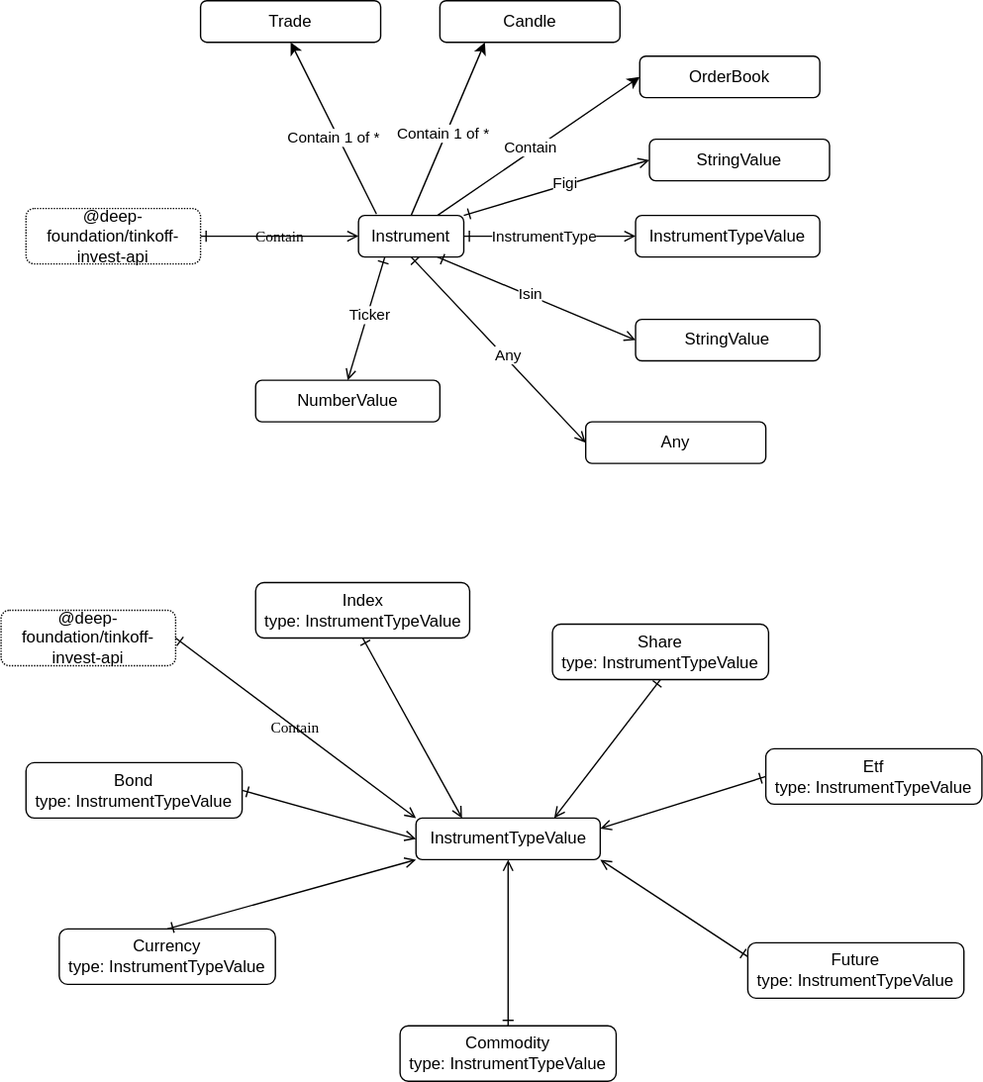
suenot/deep-tinkoff-invest-api keeps this draw.io diagram as src/instrument/Instrument.drawio.svg. Above is the earlier version. Source tidied: cells renumbered, new cells last; positions are measured from the earlier drawing's top-left corner, leaving out a move shared by most shapes.
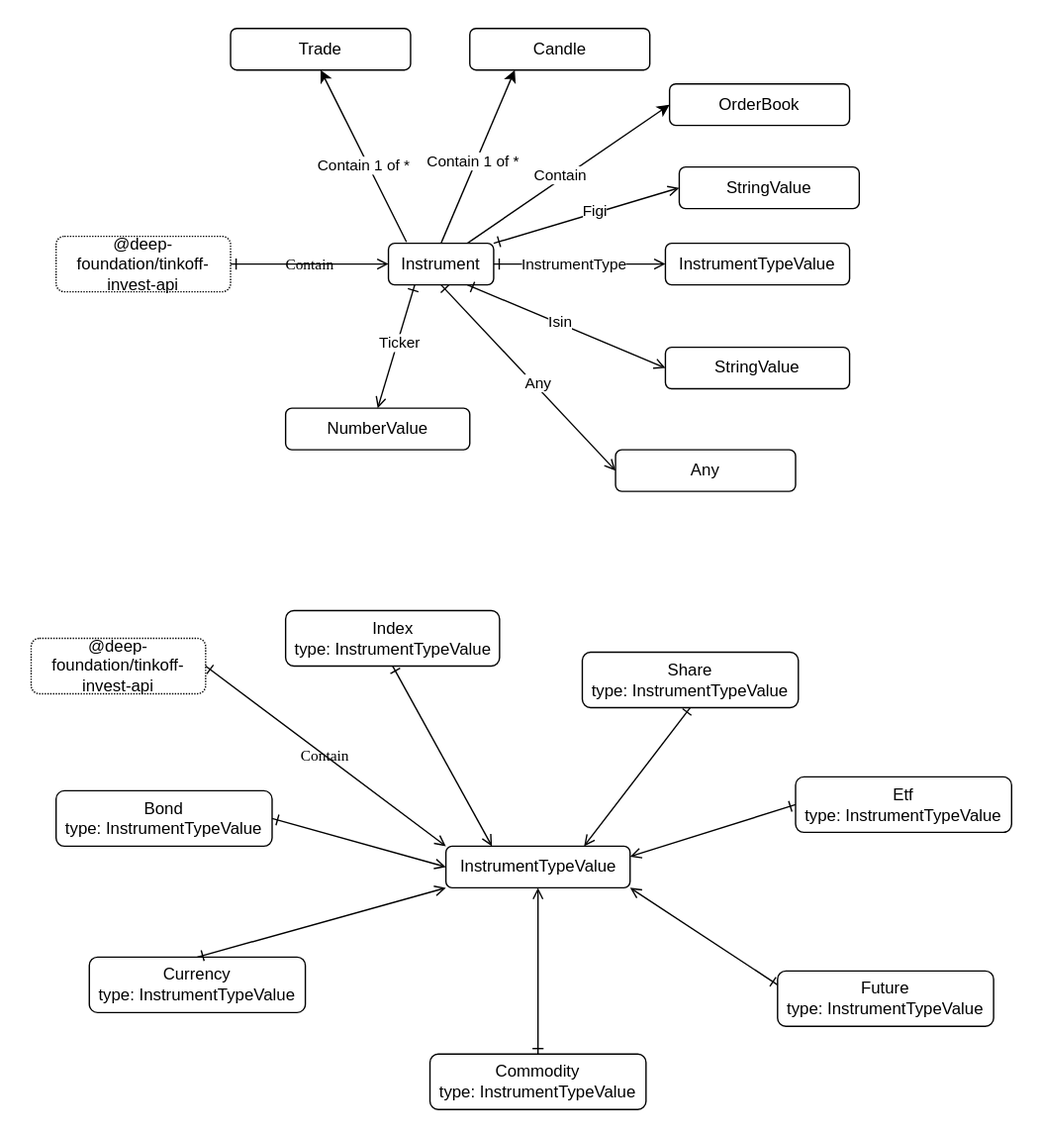
Later version of the same file.

The edit, as a diff of the source:
```diff
@@ -2,6 +2,9 @@
   <root>
     <mxCell id="0" />
     <mxCell id="1" parent="0" />
+    <mxCell id="46" style="rounded=0;whiteSpace=wrap;html=1;strokeColor=none;" parent="1" vertex="1">
+      <mxGeometry x="-22" y="-20" width="750" height="820" as="geometry" />
+    </mxCell>
     <mxCell id="2" style="edgeStyle=none;html=1;exitX=1;exitY=0;exitDx=0;exitDy=0;entryX=0;entryY=0.5;entryDx=0;entryDy=0;startArrow=ERone;startFill=0;endArrow=open;endFill=0;" parent="1" edge="1" source="6" target="7">
       <mxGeometry relative="1" as="geometry" />
     </mxCell>
```
